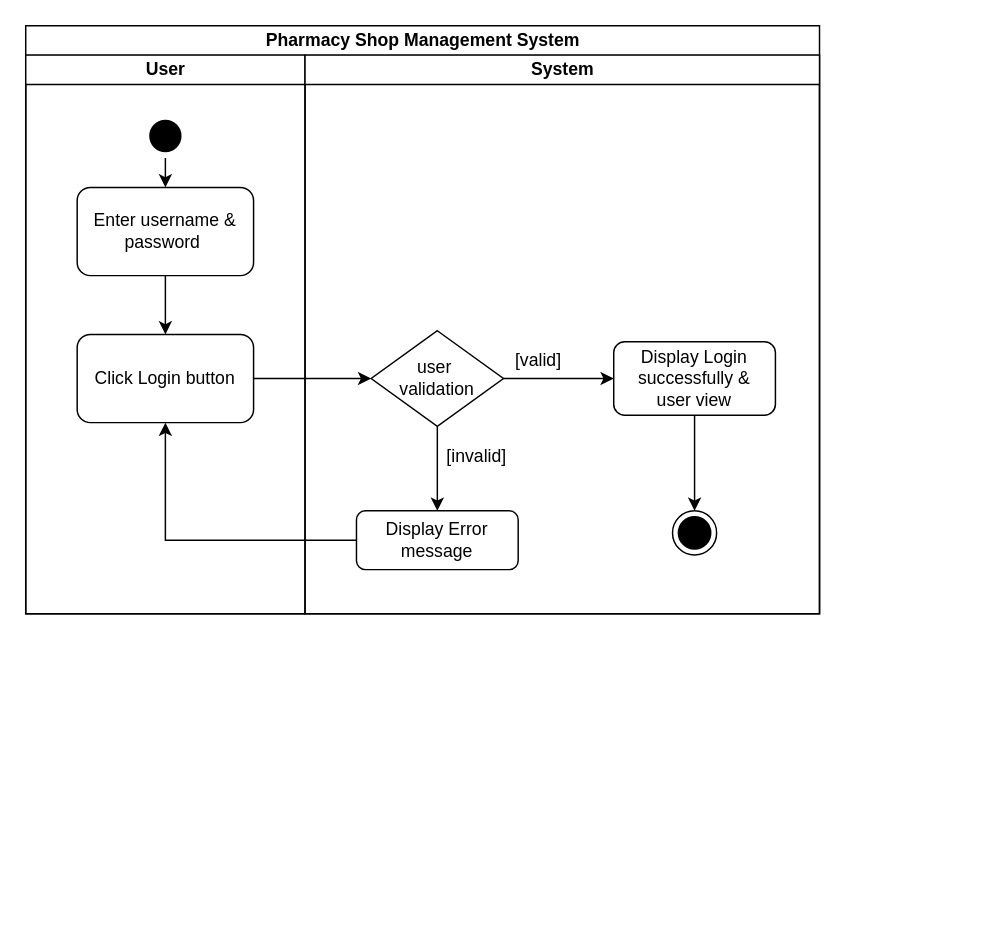
This is Doc/Activity Diagrams/Drawio Files/login.drawio from ChandimalPriyamantha/Pharmacy_Shop_Management_System, a draw.io file, before an edit. Source tidied: cells renumbered, new cells numbered last; positions are measured from the earlier drawing's top-left corner, leaving out a move shared by most shapes. Both pictures are drawn from the tidied source at 147%, with x=0, y=0 at pixel (25, 25).
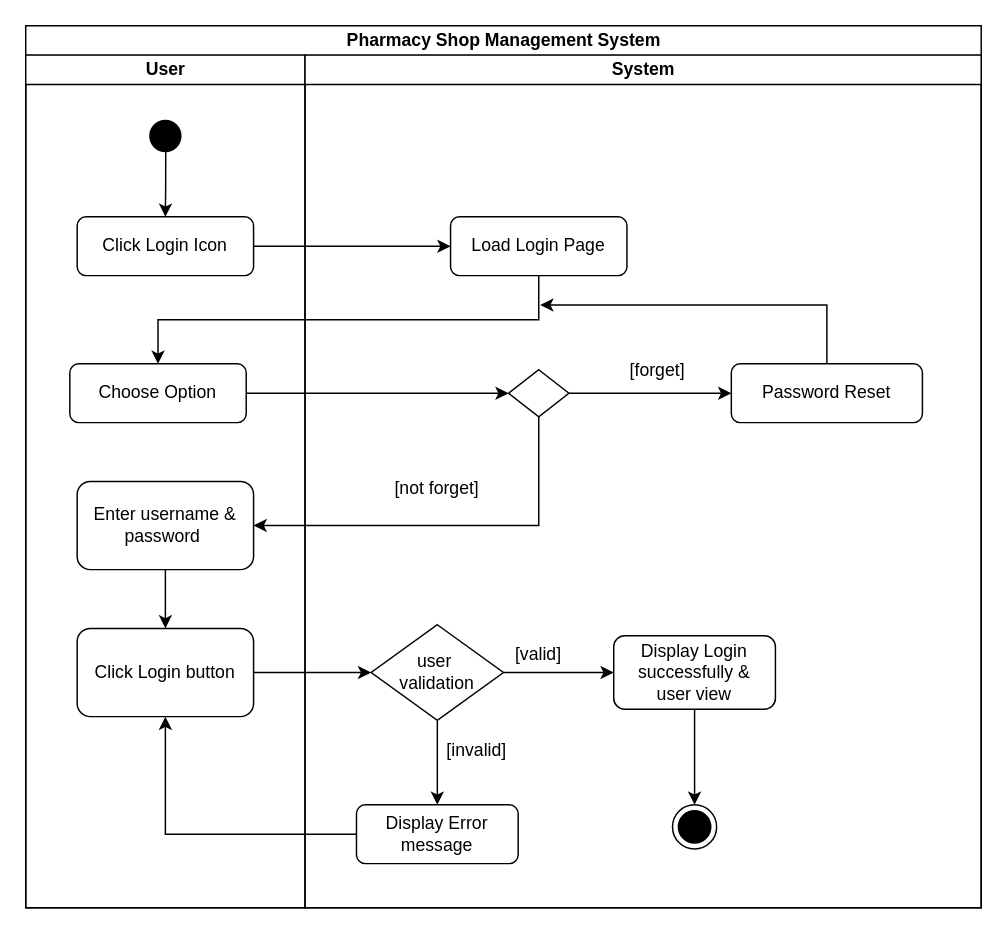
Above is the later version.

Unchanged cells that the change refers to:
```xml
<mxCell id="5" style="ellipse;shape=startState;fillColor=#000000;strokeColor=none;" parent="3" vertex="1">
  <mxGeometry x="80" y="40" width="30" height="30" as="geometry" />
</mxCell>
```

Change to the diagram source:
```diff
@@
     <mxCell id="2" value="Pharmacy Shop Management System" style="swimlane;startSize=20;html=1;" parent="1" vertex="1">
-      <mxGeometry width="540" height="400" as="geometry" />
+      <mxGeometry width="650" height="600" as="geometry" />
     </mxCell>
     <mxCell id="3" value="User" style="swimlane;startSize=20;html=1;" parent="2" vertex="1">
-      <mxGeometry y="20" width="190" height="380" as="geometry" />
+      <mxGeometry y="20" width="190" height="580" as="geometry" />
     </mxCell>
-    <mxCell id="4" style="rounded=0;jettySize=auto;html=1;exitX=0.5;exitY=1;exitDx=0;exitDy=0;entryX=0.5;entryY=0;entryDx=0;entryDy=0;" parent="3" edge="1" source="5" target="7">
-      <mxGeometry relative="1" as="geometry" />
-    </mxCell>
+    <mxCell id="21" style="edgeStyle=orthogonalEdgeStyle;rounded=0;jettySize=auto;html=1;exitX=0.508;exitY=0.866;exitDx=0;exitDy=0;entryX=0.5;entryY=0;entryDx=0;entryDy=0;exitPerimeter=0;" parent="3" edge="1" source="5" target="22">
+      <mxGeometry relative="1" as="geometry" />
+    </mxCell>
@@
     <mxCell id="7" value="Enter username &amp;amp;&lt;br&gt;password&amp;nbsp;" style="rounded=1;whiteSpace=wrap;html=1;" parent="3" vertex="1">
-      <mxGeometry x="35" y="90" width="120" height="60" as="geometry" />
+      <mxGeometry x="35" y="290" width="120" height="60" as="geometry" />
     </mxCell>
     <mxCell id="8" value="Click Login button" style="rounded=1;whiteSpace=wrap;html=1;" parent="3" vertex="1">
-      <mxGeometry x="35" y="190" width="120" height="60" as="geometry" />
+      <mxGeometry x="35" y="390" width="120" height="60" as="geometry" />
     </mxCell>
+    <mxCell id="22" value="Click Login Icon" style="rounded=1;whiteSpace=wrap;html=1;" parent="3" vertex="1">
+      <mxGeometry x="35" y="110" width="120" height="40" as="geometry" />
+    </mxCell>
+    <mxCell id="23" value="Choose Option" style="rounded=1;whiteSpace=wrap;html=1;" parent="3" vertex="1">
+      <mxGeometry x="30" y="210" width="120" height="40" as="geometry" />
+    </mxCell>
+    <mxCell id="19" style="rounded=0;jettySize=auto;html=1;exitX=1;exitY=0.5;exitDx=0;exitDy=0;entryX=0;entryY=0.5;entryDx=0;entryDy=0;" parent="2" edge="1" source="8" target="12">
+      <mxGeometry relative="1" as="geometry" />
+    </mxCell>
+    <mxCell id="20" style="edgeStyle=orthogonalEdgeStyle;rounded=0;jettySize=auto;html=1;exitX=0;exitY=0.5;exitDx=0;exitDy=0;entryX=0.5;entryY=1;entryDx=0;entryDy=0;" parent="2" edge="1" source="10" target="8">
+      <mxGeometry relative="1" as="geometry" />
+    </mxCell>
+    <mxCell id="24" style="edgeStyle=orthogonalEdgeStyle;rounded=0;jettySize=auto;html=1;exitX=1;exitY=0.5;exitDx=0;exitDy=0;entryX=0;entryY=0.5;entryDx=0;entryDy=0;" parent="2" edge="1" source="23" target="30">
+      <mxGeometry relative="1" as="geometry" />
+    </mxCell>
+    <mxCell id="25" style="edgeStyle=orthogonalEdgeStyle;rounded=0;jettySize=auto;html=1;exitX=0.5;exitY=1;exitDx=0;exitDy=0;entryX=1;entryY=0.5;entryDx=0;entryDy=0;" parent="2" edge="1" source="30" target="7">
+      <mxGeometry relative="1" as="geometry" />
+    </mxCell>
+    <mxCell id="26" style="edgeStyle=orthogonalEdgeStyle;rounded=0;jettySize=auto;html=1;exitX=1;exitY=0.5;exitDx=0;exitDy=0;" parent="2" edge="1" source="22" target="28">
+      <mxGeometry relative="1" as="geometry" />
+    </mxCell>
+    <mxCell id="27" style="edgeStyle=orthogonalEdgeStyle;rounded=0;jettySize=auto;html=1;exitX=0.5;exitY=1;exitDx=0;exitDy=0;entryX=0.5;entryY=0;entryDx=0;entryDy=0;" parent="2" edge="1" source="28" target="23">
+      <mxGeometry relative="1" as="geometry" />
+    </mxCell>
     <mxCell id="9" value="System" style="swimlane;startSize=20;html=1;" parent="2" vertex="1">
-      <mxGeometry x="190" y="20" width="350" height="380" as="geometry" />
+      <mxGeometry x="190" y="20" width="460" height="580" as="geometry" />
     </mxCell>
     <mxCell id="10" value="Display Error message" style="rounded=1;whiteSpace=wrap;html=1;" parent="9" vertex="1">
-      <mxGeometry x="35" y="310" width="110" height="40" as="geometry" />
+      <mxGeometry x="35" y="510" width="110" height="40" as="geometry" />
     </mxCell>
@@
     <mxCell id="12" value="user&amp;nbsp;&lt;br style=&quot;border-color: var(--border-color);&quot;&gt;validation" style="rhombus;whiteSpace=wrap;html=1;" parent="9" vertex="1">
-      <mxGeometry x="45" y="187.5" width="90" height="65" as="geometry" />
+      <mxGeometry x="45" y="387.5" width="90" height="65" as="geometry" />
     </mxCell>
     <mxCell id="13" value="[invalid]" style="text;html=1;strokeColor=none;fillColor=none;align=center;verticalAlign=middle;whiteSpace=wrap;rounded=0;" parent="9" vertex="1">
-      <mxGeometry x="87" y="258" width="60" height="30" as="geometry" />
+      <mxGeometry x="87" y="458" width="60" height="30" as="geometry" />
     </mxCell>
     <mxCell id="14" value="[valid]" style="text;html=1;strokeColor=none;fillColor=none;align=center;verticalAlign=middle;whiteSpace=wrap;rounded=0;" parent="9" vertex="1">
-      <mxGeometry x="129" y="192.5" width="60" height="30" as="geometry" />
+      <mxGeometry x="129" y="392.5" width="60" height="30" as="geometry" />
     </mxCell>
     <mxCell id="15" value="Display Login successfully &amp;amp;&lt;br&gt;user view" style="rounded=1;whiteSpace=wrap;html=1;" parent="9" vertex="1">
-      <mxGeometry x="210" y="195" width="110" height="50" as="geometry" />
+      <mxGeometry x="210" y="395" width="110" height="50" as="geometry" />
     </mxCell>
@@
     <mxCell id="17" style="ellipse;html=1;shape=endState;fillColor=#000000;strokeColor=#000000;" parent="9" vertex="1">
-      <mxGeometry x="250" y="310" width="30" height="30" as="geometry" />
+      <mxGeometry x="250" y="510" width="30" height="30" as="geometry" />
     </mxCell>
@@
-    <mxCell id="19" style="rounded=0;jettySize=auto;html=1;exitX=1;exitY=0.5;exitDx=0;exitDy=0;entryX=0;entryY=0.5;entryDx=0;entryDy=0;" parent="2" edge="1" source="8" target="12">
-      <mxGeometry relative="1" as="geometry" />
-    </mxCell>
-    <mxCell id="20" style="edgeStyle=orthogonalEdgeStyle;rounded=0;jettySize=auto;html=1;exitX=0;exitY=0.5;exitDx=0;exitDy=0;entryX=0.5;entryY=1;entryDx=0;entryDy=0;" parent="2" edge="1" source="10" target="8">
-      <mxGeometry relative="1" as="geometry" />
-    </mxCell>
+    <mxCell id="28" value="Load Login Page" style="rounded=1;whiteSpace=wrap;html=1;" parent="9" vertex="1">
+      <mxGeometry x="99" y="110" width="120" height="40" as="geometry" />
+    </mxCell>
+    <mxCell id="29" style="edgeStyle=orthogonalEdgeStyle;rounded=0;jettySize=auto;html=1;exitX=1;exitY=0.5;exitDx=0;exitDy=0;" parent="9" edge="1" source="30" target="34">
+      <mxGeometry relative="1" as="geometry" />
+    </mxCell>
+    <mxCell id="30" style="rhombus;whiteSpace=wrap;html=1;" parent="9" vertex="1">
+      <mxGeometry x="138.5" y="214" width="41" height="32" as="geometry" />
+    </mxCell>
+    <mxCell id="31" value="[forget]" style="text;html=1;strokeColor=none;fillColor=none;align=center;verticalAlign=middle;whiteSpace=wrap;rounded=0;" parent="9" vertex="1">
+      <mxGeometry x="210" y="200" width="60" height="30" as="geometry" />
+    </mxCell>
+    <mxCell id="32" value="[not forget]" style="text;html=1;strokeColor=none;fillColor=none;align=center;verticalAlign=middle;whiteSpace=wrap;rounded=0;" parent="9" vertex="1">
+      <mxGeometry x="60" y="280" width="60" height="30" as="geometry" />
+    </mxCell>
+    <mxCell id="33" style="rounded=0;jettySize=auto;html=1;exitX=0.5;exitY=0;exitDx=0;exitDy=0;" parent="9" edge="1" source="34">
+      <mxGeometry relative="1" as="geometry">
+        <mxPoint x="160" y="170" as="targetPoint" />
+        <Array as="points">
+          <mxPoint x="355" y="170" />
+        </Array>
+      </mxGeometry>
+    </mxCell>
+    <mxCell id="34" value="Password Reset" style="rounded=1;whiteSpace=wrap;html=1;" parent="9" vertex="1">
+      <mxGeometry x="290" y="210" width="130" height="40" as="geometry" />
+    </mxCell>
```
